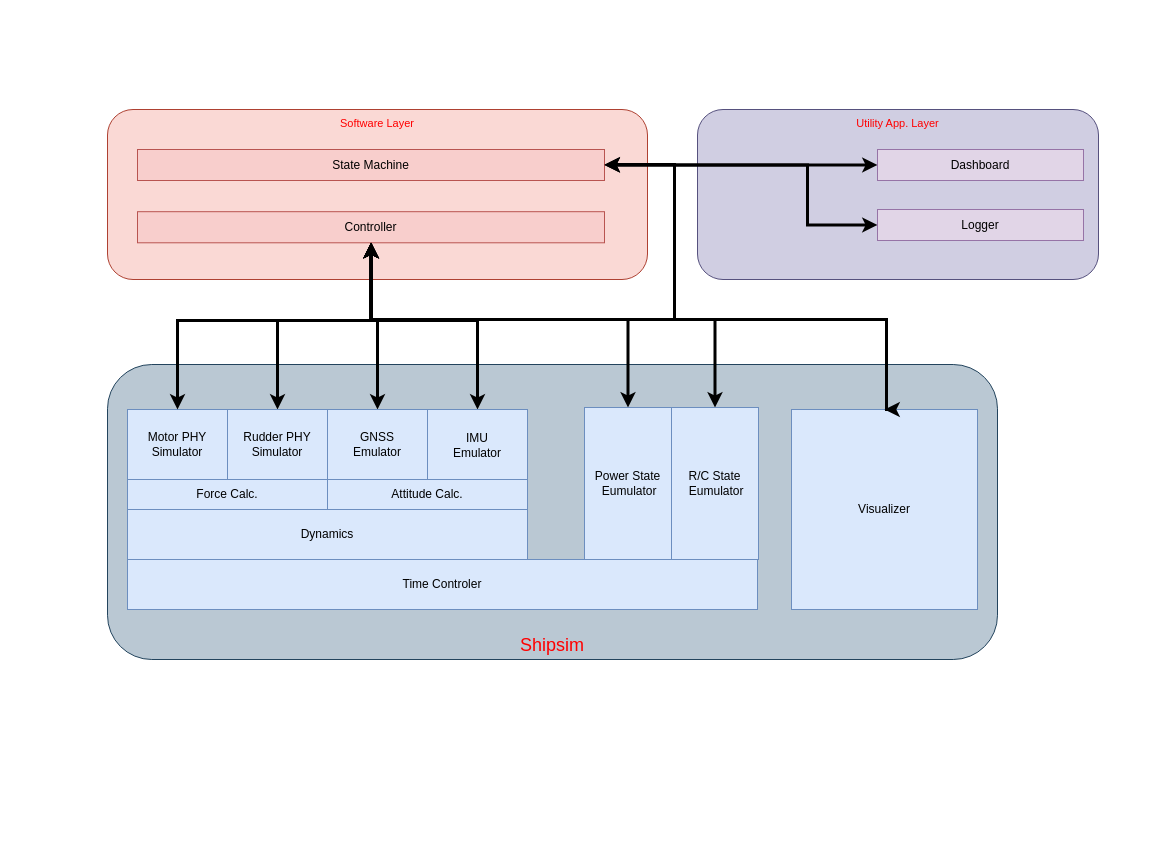
This is page "Simulator Struct." (2 of 3) of doc/sim_struct.drawio from EccentricTeal/shipsim, a draw.io file, before an edit. Source tidied: cells renumbered, new cells numbered last; positions are measured from the earlier drawing's top-left corner, leaving out a move shared by most shapes. Both pictures are drawn from the tidied source at 100%, with x=0, y=0 at pixel (107, 109). Pictures stored in the file or linked from it are replaced by grey dashed boxes.
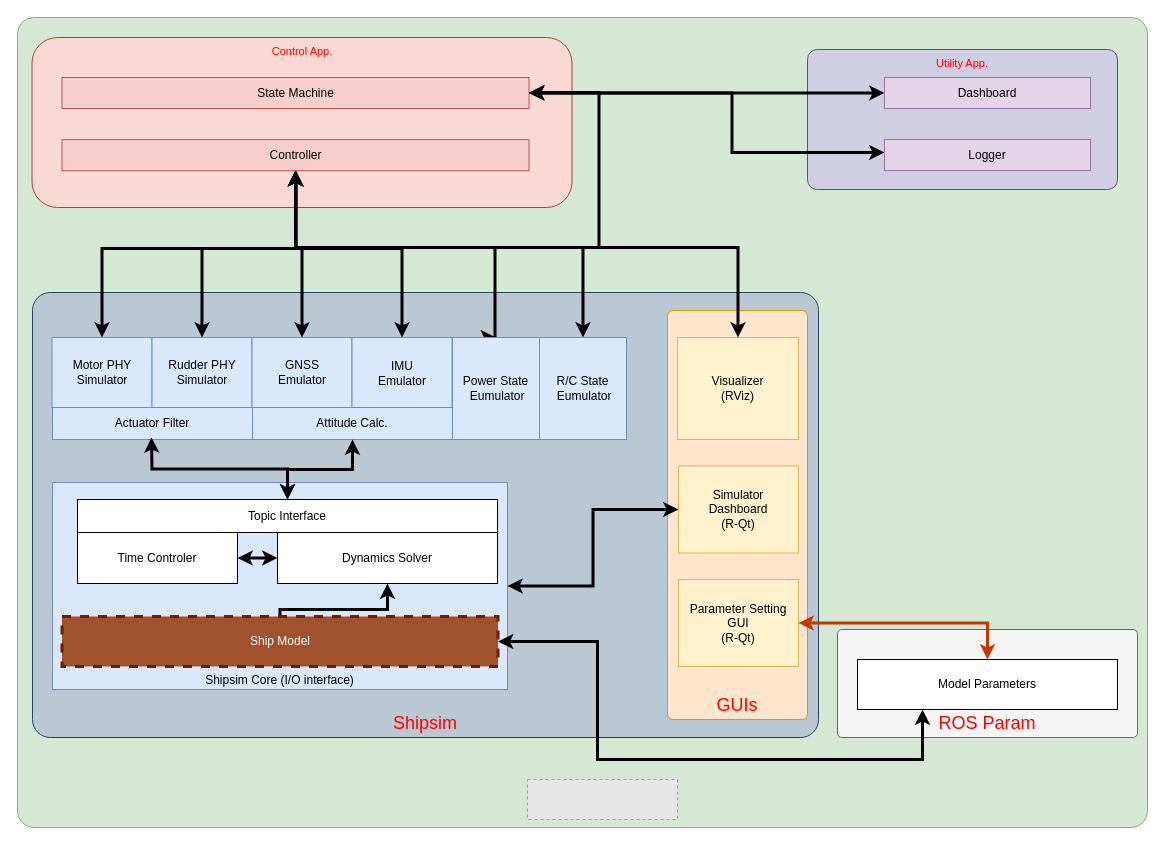
The same diagram, later.

Commit message (it also covers changes not shown here):
Add structure of Simulator to doc

What changed in the source:
```diff
@@
+    <mxCell id="30" style="rounded=1;whiteSpace=wrap;html=1;fillColor=#d5e8d4;strokeColor=#82b366;verticalAlign=bottom;fontSize=18;arcSize=2;" parent="1" vertex="1">
+      <mxGeometry x="-90" y="-92" width="1130" height="810" as="geometry" />
+    </mxCell>
-    <mxCell id="2" value="&lt;font color=&quot;#ff0000&quot; style=&quot;font-size: 18px&quot;&gt;Shipsim&lt;/font&gt;" style="rounded=1;whiteSpace=wrap;html=1;fillColor=#bac8d3;strokeColor=#23445d;verticalAlign=bottom;fontSize=18;" parent="1" vertex="1">
-      <mxGeometry y="255" width="890" height="295" as="geometry" />
+    <mxCell id="2" value="&lt;font color=&quot;#ff0000&quot; style=&quot;font-size: 18px&quot;&gt;Shipsim&lt;/font&gt;" style="rounded=1;whiteSpace=wrap;html=1;fillColor=#bac8d3;strokeColor=#23445d;verticalAlign=bottom;fontSize=18;arcSize=4;" parent="1" vertex="1">
+      <mxGeometry x="-75" y="183" width="786" height="445" as="geometry" />
     </mxCell>
+    <mxCell id="31" value="&lt;font color=&quot;#ff0000&quot; style=&quot;font-size: 18px&quot;&gt;GUIs&lt;/font&gt;" style="rounded=1;whiteSpace=wrap;html=1;fillColor=#ffe6cc;strokeColor=#d79b00;verticalAlign=bottom;fontSize=18;arcSize=4;" parent="1" vertex="1">
+      <mxGeometry x="560" y="201" width="140" height="409" as="geometry" />
+    </mxCell>
+    <mxCell id="32" value="&lt;font color=&quot;#ff0000&quot; style=&quot;font-size: 18px&quot;&gt;ROS Param&lt;/font&gt;" style="rounded=1;whiteSpace=wrap;html=1;fillColor=#f5f5f5;strokeColor=#666666;verticalAlign=bottom;fontSize=18;arcSize=4;fontColor=#333333;" parent="1" vertex="1">
+      <mxGeometry x="730" y="520" width="300" height="108" as="geometry" />
+    </mxCell>
-    <mxCell id="3" value="&lt;font color=&quot;#ff0000&quot; style=&quot;font-size: 11px&quot;&gt;Utility App. Layer&lt;/font&gt;" style="rounded=1;whiteSpace=wrap;html=1;fillColor=#d0cee2;strokeColor=#56517e;verticalAlign=top;" parent="1" vertex="1">
-      <mxGeometry x="590" width="401" height="170" as="geometry" />
+    <mxCell id="3" value="&lt;font color=&quot;#ff0000&quot; style=&quot;font-size: 11px&quot;&gt;Utility App.&lt;/font&gt;" style="rounded=1;whiteSpace=wrap;html=1;fillColor=#d0cee2;strokeColor=#56517e;verticalAlign=top;arcSize=7;" parent="1" vertex="1">
+      <mxGeometry x="700" y="-60" width="310" height="140" as="geometry" />
     </mxCell>
-    <mxCell id="4" value="&lt;font color=&quot;#ff0000&quot; style=&quot;font-size: 11px&quot;&gt;Software Layer&lt;/font&gt;" style="rounded=1;whiteSpace=wrap;html=1;fillColor=#fad9d5;strokeColor=#ae4132;verticalAlign=top;" parent="1" vertex="1">
-      <mxGeometry width="540" height="170" as="geometry" />
+    <mxCell id="4" value="&lt;font color=&quot;#ff0000&quot;&gt;&lt;span style=&quot;font-size: 11px&quot;&gt;Control App.&lt;/span&gt;&lt;/font&gt;" style="rounded=1;whiteSpace=wrap;html=1;fillColor=#fad9d5;strokeColor=#ae4132;verticalAlign=top;" parent="1" vertex="1">
+      <mxGeometry x="-75.5" y="-72" width="540" height="170" as="geometry" />
     </mxCell>
     <mxCell id="5" value="State Machine" style="rounded=0;whiteSpace=wrap;html=1;fillColor=#f8cecc;strokeColor=#b85450;" parent="1" vertex="1">
-      <mxGeometry x="30" y="40" width="467" height="31" as="geometry" />
+      <mxGeometry x="-45.5" y="-32" width="467" height="31" as="geometry" />
     </mxCell>
     <mxCell id="6" value="Controller" style="rounded=0;whiteSpace=wrap;html=1;fillColor=#f8cecc;strokeColor=#b85450;" parent="1" vertex="1">
-      <mxGeometry x="30" y="102.2" width="467" height="31.1" as="geometry" />
+      <mxGeometry x="-45.5" y="30.2" width="467" height="31.1" as="geometry" />
     </mxCell>
     <mxCell id="7" value="Motor PHY&lt;br&gt;Simulator" style="rounded=0;whiteSpace=wrap;html=1;fillColor=#dae8fc;strokeColor=#6c8ebf;" parent="1" vertex="1">
-      <mxGeometry x="20" y="300" width="100" height="70" as="geometry" />
+      <mxGeometry x="-55.5" y="228" width="100" height="70" as="geometry" />
     </mxCell>
     <mxCell id="8" style="edgeStyle=orthogonalEdgeStyle;rounded=0;jettySize=auto;html=1;entryX=0.5;entryY=1;entryDx=0;entryDy=0;strokeWidth=3;startArrow=classic;startFill=1;exitX=0.5;exitY=0;exitDx=0;exitDy=0;" parent="1" edge="1" source="17" target="6">
       <mxGeometry relative="1" as="geometry">
         <Array as="points">
-          <mxPoint x="170" y="211" />
-          <mxPoint x="263" y="211" />
+          <mxPoint x="94.5" y="139" />
+          <mxPoint x="187.5" y="139" />
         </Array>
       </mxGeometry>
     </mxCell>
     <mxCell id="9" style="edgeStyle=orthogonalEdgeStyle;rounded=0;jettySize=auto;html=1;exitX=0.5;exitY=0;exitDx=0;exitDy=0;entryX=0.5;entryY=1;entryDx=0;entryDy=0;strokeWidth=3;startArrow=classic;startFill=1;" parent="1" edge="1" source="7" target="6">
       <mxGeometry relative="1" as="geometry">
         <Array as="points">
-          <mxPoint x="70" y="211" />
-          <mxPoint x="263" y="211" />
+          <mxPoint x="-5.5" y="139" />
+          <mxPoint x="187.5" y="139" />
         </Array>
       </mxGeometry>
     </mxCell>
     <mxCell id="10" style="edgeStyle=orthogonalEdgeStyle;rounded=0;jettySize=auto;html=1;entryX=0.5;entryY=1;entryDx=0;entryDy=0;strokeWidth=3;startArrow=classic;startFill=1;exitX=0.5;exitY=0;exitDx=0;exitDy=0;" parent="1" edge="1" source="22" target="6">
       <mxGeometry relative="1" as="geometry">
         <Array as="points">
-          <mxPoint x="370" y="211" />
-          <mxPoint x="263" y="211" />
+          <mxPoint x="294.5" y="139" />
+          <mxPoint x="187.5" y="139" />
         </Array>
       </mxGeometry>
     </mxCell>
     <mxCell id="11" style="edgeStyle=orthogonalEdgeStyle;rounded=0;jettySize=auto;html=1;exitX=0.5;exitY=0;exitDx=0;exitDy=0;startArrow=classic;startFill=1;strokeWidth=3;entryX=0.5;entryY=1;entryDx=0;entryDy=0;" parent="1" edge="1" source="20" target="6">
       <mxGeometry relative="1" as="geometry">
         <Array as="points">
-          <mxPoint x="521" y="210" />
-          <mxPoint x="263" y="210" />
+          <mxPoint x="387.5" y="138" />
+          <mxPoint x="187.5" y="138" />
         </Array>
       </mxGeometry>
     </mxCell>
     <mxCell id="12" style="edgeStyle=orthogonalEdgeStyle;rounded=0;jettySize=auto;html=1;strokeWidth=3;startArrow=classic;startFill=1;exitX=0.5;exitY=1;exitDx=0;exitDy=0;" parent="1" edge="1" source="6" target="5">
       <mxGeometry relative="1" as="geometry">
         <Array as="points">
-          <mxPoint x="263" y="210" />
-          <mxPoint x="567" y="210" />
-          <mxPoint x="567" y="55" />
+          <mxPoint x="187.5" y="138" />
+          <mxPoint x="491.5" y="138" />
+          <mxPoint x="491.5" y="-17" />
         </Array>
       </mxGeometry>
     </mxCell>
@@
     <mxCell id="14" value="Dashboard" style="rounded=0;whiteSpace=wrap;html=1;fillColor=#e1d5e7;strokeColor=#9673a6;" parent="1" vertex="1">
-      <mxGeometry x="770" y="40" width="206" height="31" as="geometry" />
+      <mxGeometry x="777" y="-32" width="206" height="31" as="geometry" />
     </mxCell>
     <mxCell id="15" style="edgeStyle=orthogonalEdgeStyle;rounded=0;jettySize=auto;html=1;startArrow=classic;startFill=1;strokeWidth=3;entryX=1;entryY=0.5;entryDx=0;entryDy=0;" parent="1" edge="1" source="16" target="5">
       <mxGeometry relative="1" as="geometry">
         <Array as="points">
-          <mxPoint x="700" y="115" />
-          <mxPoint x="700" y="55" />
+          <mxPoint x="624.5" y="43" />
+          <mxPoint x="624.5" y="-17" />
         </Array>
       </mxGeometry>
     </mxCell>
     <mxCell id="16" value="Logger" style="rounded=0;whiteSpace=wrap;html=1;fillColor=#e1d5e7;strokeColor=#9673a6;" parent="1" vertex="1">
-      <mxGeometry x="770" y="100" width="206" height="31" as="geometry" />
+      <mxGeometry x="777" y="30" width="206" height="31" as="geometry" />
     </mxCell>
     <mxCell id="17" value="Rudder PHY&lt;br&gt;Simulator" style="rounded=0;whiteSpace=wrap;html=1;fillColor=#dae8fc;strokeColor=#6c8ebf;" parent="1" vertex="1">
-      <mxGeometry x="120" y="300" width="100" height="70" as="geometry" />
+      <mxGeometry x="44.5" y="228" width="100" height="70" as="geometry" />
     </mxCell>
-    <mxCell id="18" value="Force Calc." style="rounded=0;whiteSpace=wrap;html=1;fillColor=#dae8fc;strokeColor=#6c8ebf;" parent="1" vertex="1">
-      <mxGeometry x="20" y="370" width="200" height="30" as="geometry" />
+    <mxCell id="18" value="Actuator Filter" style="rounded=0;whiteSpace=wrap;html=1;fillColor=#dae8fc;strokeColor=#6c8ebf;" parent="1" vertex="1">
+      <mxGeometry x="-55" y="298" width="200" height="32" as="geometry" />
     </mxCell>
     <mxCell id="19" style="edgeStyle=orthogonalEdgeStyle;rounded=0;jettySize=auto;html=1;exitX=0.5;exitY=0;exitDx=0;exitDy=0;startArrow=classic;startFill=1;strokeWidth=3;" parent="1" edge="1" source="21" target="6">
       <mxGeometry relative="1" as="geometry">
         <Array as="points">
-          <mxPoint x="270" y="210" />
-          <mxPoint x="264" y="210" />
+          <mxPoint x="194.5" y="138" />
+          <mxPoint x="188.5" y="138" />
         </Array>
       </mxGeometry>
     </mxCell>
     <mxCell id="20" value="Power State&lt;br&gt;&amp;nbsp;Eumulator" style="rounded=0;whiteSpace=wrap;html=1;fillColor=#dae8fc;strokeColor=#6c8ebf;" parent="1" vertex="1">
-      <mxGeometry x="477" y="298" width="87" height="152" as="geometry" />
+      <mxGeometry x="345" y="228" width="87" height="102" as="geometry" />
     </mxCell>
     <mxCell id="21" value="GNSS&lt;br&gt;Emulator" style="rounded=0;whiteSpace=wrap;html=1;fillColor=#dae8fc;strokeColor=#6c8ebf;" parent="1" vertex="1">
-      <mxGeometry x="220" y="300" width="100" height="70" as="geometry" />
+      <mxGeometry x="144.5" y="228" width="100" height="70" as="geometry" />
     </mxCell>
     <mxCell id="22" value="IMU&lt;br&gt;Emulator" style="rounded=0;whiteSpace=wrap;html=1;fillColor=#dae8fc;strokeColor=#6c8ebf;" parent="1" vertex="1">
-      <mxGeometry x="320" y="300" width="100" height="71" as="geometry" />
+      <mxGeometry x="244.5" y="228" width="100" height="71" as="geometry" />
     </mxCell>
     <mxCell id="23" style="edgeStyle=orthogonalEdgeStyle;rounded=0;jettySize=auto;html=1;exitX=0.5;exitY=0;exitDx=0;exitDy=0;startArrow=classic;startFill=1;strokeWidth=3;" parent="1" edge="1" source="24" target="6">
       <mxGeometry relative="1" as="geometry">
         <Array as="points">
-          <mxPoint x="608" y="210" />
-          <mxPoint x="264" y="210" />
+          <mxPoint x="475.5" y="138" />
+          <mxPoint x="188.5" y="138" />
         </Array>
       </mxGeometry>
     </mxCell>
     <mxCell id="24" value="R/C State&lt;br&gt;&amp;nbsp;Eumulator" style="rounded=0;whiteSpace=wrap;html=1;fillColor=#dae8fc;strokeColor=#6c8ebf;" parent="1" vertex="1">
-      <mxGeometry x="564" y="298" width="87" height="152" as="geometry" />
+      <mxGeometry x="432" y="228" width="87" height="102" as="geometry" />
     </mxCell>
     <mxCell id="25" value="Attitude Calc." style="rounded=0;whiteSpace=wrap;html=1;fillColor=#dae8fc;strokeColor=#6c8ebf;" parent="1" vertex="1">
-      <mxGeometry x="220" y="370" width="200" height="30" as="geometry" />
+      <mxGeometry x="145" y="298" width="200" height="32" as="geometry" />
     </mxCell>
-    <mxCell id="26" value="Dynamics" style="rounded=0;whiteSpace=wrap;html=1;fillColor=#dae8fc;strokeColor=#6c8ebf;" parent="1" vertex="1">
-      <mxGeometry x="20" y="400" width="400" height="50" as="geometry" />
-    </mxCell>
-    <mxCell id="27" value="Time Controler" style="rounded=0;whiteSpace=wrap;html=1;fillColor=#dae8fc;strokeColor=#6c8ebf;" parent="1" vertex="1">
-      <mxGeometry x="20" y="450" width="630" height="50" as="geometry" />
-    </mxCell>
-    <mxCell id="28" value="Visualizer" style="rounded=0;whiteSpace=wrap;html=1;fillColor=#dae8fc;strokeColor=#6c8ebf;" parent="1" vertex="1">
-      <mxGeometry x="684" y="300" width="186" height="200" as="geometry" />
+    <mxCell id="28" value="Visualizer&lt;br&gt;(RViz)" style="rounded=0;whiteSpace=wrap;html=1;fillColor=#fff2cc;strokeColor=#d6b656;" parent="1" vertex="1">
+      <mxGeometry x="570" y="228" width="121" height="102" as="geometry" />
     </mxCell>
     <mxCell id="29" style="edgeStyle=orthogonalEdgeStyle;rounded=0;jettySize=auto;html=1;exitX=0.5;exitY=0;exitDx=0;exitDy=0;startArrow=classic;startFill=1;strokeWidth=3;entryX=0.5;entryY=1;entryDx=0;entryDy=0;" parent="1" edge="1" source="28" target="6">
       <mxGeometry relative="1" as="geometry">
         <Array as="points">
-          <mxPoint x="779" y="210" />
-          <mxPoint x="263" y="210" />
+          <mxPoint x="630" y="138" />
+          <mxPoint x="188" y="138" />
         </Array>
       </mxGeometry>
     </mxCell>
+    <mxCell id="33" value="Shipsim Core (I/O interface)" style="rounded=0;whiteSpace=wrap;html=1;fillColor=#dae8fc;strokeColor=#6c8ebf;verticalAlign=bottom;" parent="1" vertex="1">
+      <mxGeometry x="-55" y="373" width="455" height="207" as="geometry" />
+    </mxCell>
+    <mxCell id="34" style="edgeStyle=orthogonalEdgeStyle;rounded=0;jettySize=auto;html=1;exitX=0.5;exitY=1;exitDx=0;exitDy=0;startArrow=classic;startFill=1;strokeWidth=3;entryX=0.5;entryY=0;entryDx=0;entryDy=0;endArrow=none;endFill=0;" parent="1" edge="1" source="36" target="26">
+      <mxGeometry relative="1" as="geometry">
+        <Array as="points">
+          <mxPoint x="280" y="500" />
+          <mxPoint x="173" y="500" />
+        </Array>
+      </mxGeometry>
+    </mxCell>
+    <mxCell id="35" style="edgeStyle=orthogonalEdgeStyle;rounded=0;jettySize=auto;html=1;exitX=0;exitY=0.5;exitDx=0;exitDy=0;startArrow=classic;startFill=1;endArrow=classic;endFill=1;strokeWidth=3;" parent="1" edge="1" source="36" target="27">
+      <mxGeometry relative="1" as="geometry" />
+    </mxCell>
+    <mxCell id="36" value="Dynamics Solver" style="rounded=0;whiteSpace=wrap;html=1;" parent="1" vertex="1">
+      <mxGeometry x="170" y="423" width="220" height="51" as="geometry" />
+    </mxCell>
+    <mxCell id="37" style="edgeStyle=orthogonalEdgeStyle;rounded=0;jettySize=auto;html=1;entryX=0.5;entryY=1;entryDx=0;entryDy=0;startArrow=classic;startFill=1;strokeWidth=3;exitX=0.5;exitY=0;exitDx=0;exitDy=0;" parent="1" edge="1" source="44" target="25">
+      <mxGeometry relative="1" as="geometry">
+        <Array as="points">
+          <mxPoint x="180" y="360" />
+          <mxPoint x="245" y="360" />
+        </Array>
+      </mxGeometry>
+    </mxCell>
+    <mxCell id="38" style="edgeStyle=orthogonalEdgeStyle;rounded=0;jettySize=auto;html=1;entryX=0.5;entryY=1;entryDx=0;entryDy=0;startArrow=classic;startFill=1;strokeWidth=3;" parent="1" edge="1" source="44">
+      <mxGeometry relative="1" as="geometry">
+        <mxPoint x="44" y="328" as="targetPoint" />
+      </mxGeometry>
+    </mxCell>
+    <mxCell id="39" value="Model Parameters" style="rounded=0;whiteSpace=wrap;html=1;" parent="1" vertex="1">
+      <mxGeometry x="750" y="550" width="260" height="50" as="geometry" />
+    </mxCell>
+    <mxCell id="40" style="edgeStyle=orthogonalEdgeStyle;rounded=0;jettySize=auto;html=1;entryX=0.25;entryY=1;entryDx=0;entryDy=0;startArrow=classic;startFill=1;strokeWidth=3;exitX=1;exitY=0.5;exitDx=0;exitDy=0;" parent="1" edge="1" source="26" target="39">
+      <mxGeometry relative="1" as="geometry">
+        <Array as="points">
+          <mxPoint x="490" y="532" />
+          <mxPoint x="490" y="650" />
+          <mxPoint x="815" y="650" />
+        </Array>
+      </mxGeometry>
+    </mxCell>
+    <mxCell id="41" value="Parameter Setting GUI&lt;br&gt;(R-Qt)" style="rounded=0;whiteSpace=wrap;html=1;fillColor=#fff2cc;strokeColor=#d6b656;" parent="1" vertex="1">
+      <mxGeometry x="571" y="470" width="120" height="87" as="geometry" />
+    </mxCell>
+    <mxCell id="42" style="edgeStyle=orthogonalEdgeStyle;rounded=0;jettySize=auto;html=1;startArrow=classic;startFill=1;strokeWidth=3;exitX=1;exitY=0.5;exitDx=0;exitDy=0;entryX=0.5;entryY=0;entryDx=0;entryDy=0;fillColor=#fa6800;strokeColor=#C73500;" parent="1" edge="1" source="41" target="39">
+      <mxGeometry relative="1" as="geometry">
+        <Array as="points">
+          <mxPoint x="880" y="513" />
+        </Array>
+      </mxGeometry>
+    </mxCell>
+    <mxCell id="43" style="fillColor=#E6E6E6;strokeColor=#999999;dashed=1;verticalLabelPosition=bottom;labelBackgroundColor=#ffffff;verticalAlign=top;" parent="1" vertex="1">
+      <mxGeometry x="420" y="670" width="150" height="40" as="geometry" />
+    </mxCell>
+    <mxCell id="27" value="Time Controler" style="rounded=0;whiteSpace=wrap;html=1;" parent="1" vertex="1">
+      <mxGeometry x="-30" y="423" width="160" height="51" as="geometry" />
+    </mxCell>
+    <mxCell id="44" value="Topic Interface" style="rounded=0;whiteSpace=wrap;html=1;" parent="1" vertex="1">
+      <mxGeometry x="-30" y="390" width="420" height="33" as="geometry" />
+    </mxCell>
+    <mxCell id="26" value="Ship Model" style="rounded=0;whiteSpace=wrap;html=1;fillColor=#a0522d;strokeColor=#6D1F00;dashed=1;strokeWidth=3;fontColor=#ffffff;" parent="1" vertex="1">
+      <mxGeometry x="-45.5" y="507" width="436" height="50" as="geometry" />
+    </mxCell>
+    <mxCell id="45" style="edgeStyle=orthogonalEdgeStyle;rounded=0;jettySize=auto;html=1;startArrow=classic;startFill=1;endArrow=classic;endFill=1;strokeWidth=3;entryX=1;entryY=0.5;entryDx=0;entryDy=0;" parent="1" edge="1" source="46" target="33">
+      <mxGeometry relative="1" as="geometry" />
+    </mxCell>
+    <mxCell id="46" value="Simulator&lt;br&gt;Dashboard&lt;br&gt;(R-Qt)" style="rounded=0;whiteSpace=wrap;html=1;fillColor=#fff2cc;strokeColor=#d6b656;" parent="1" vertex="1">
+      <mxGeometry x="571" y="356.5" width="120" height="87" as="geometry" />
+    </mxCell>
```
